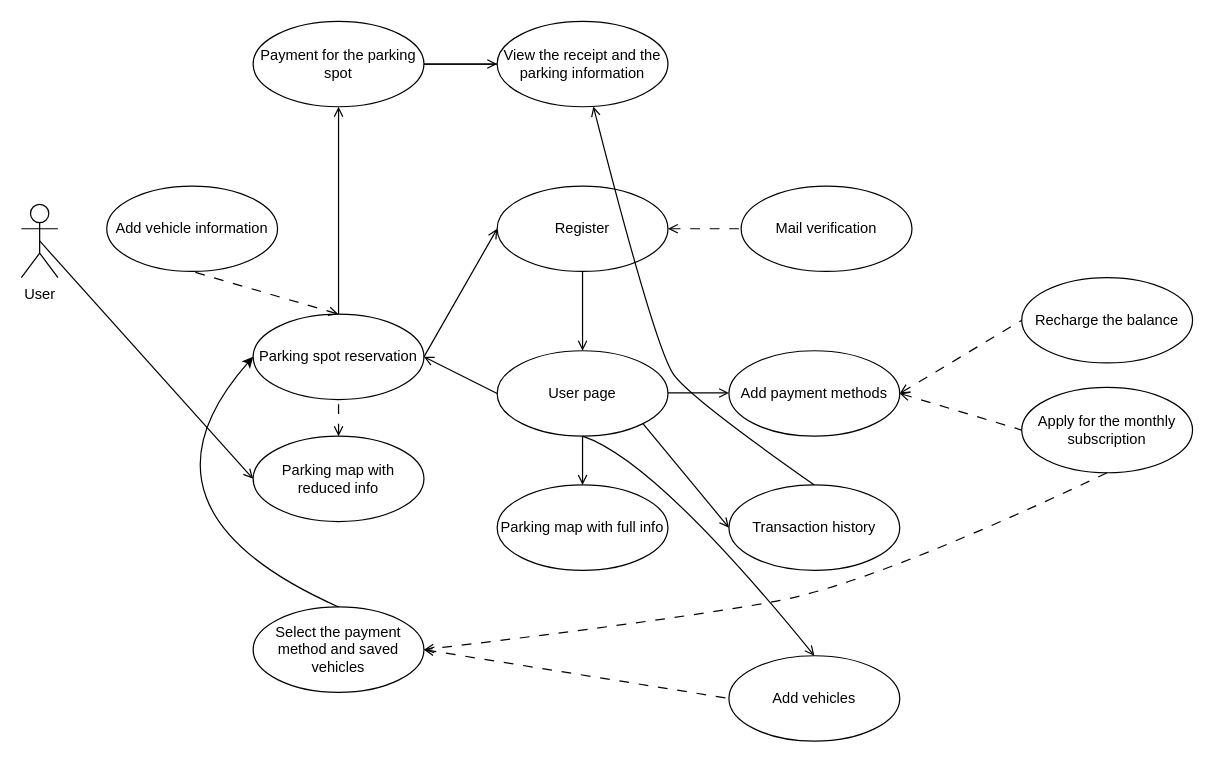
whosneksio/coolpark keeps this draw.io diagram as Diagram bez tytułu.drawio. Above is the earlier version. Source tidied: cells renumbered, new cells numbered last; positions are measured from the earlier drawing's top-left corner, leaving out a move shared by most shapes. Both pictures are drawn from the tidied source at 122%, with x=0, y=0 at pixel (21, 21).
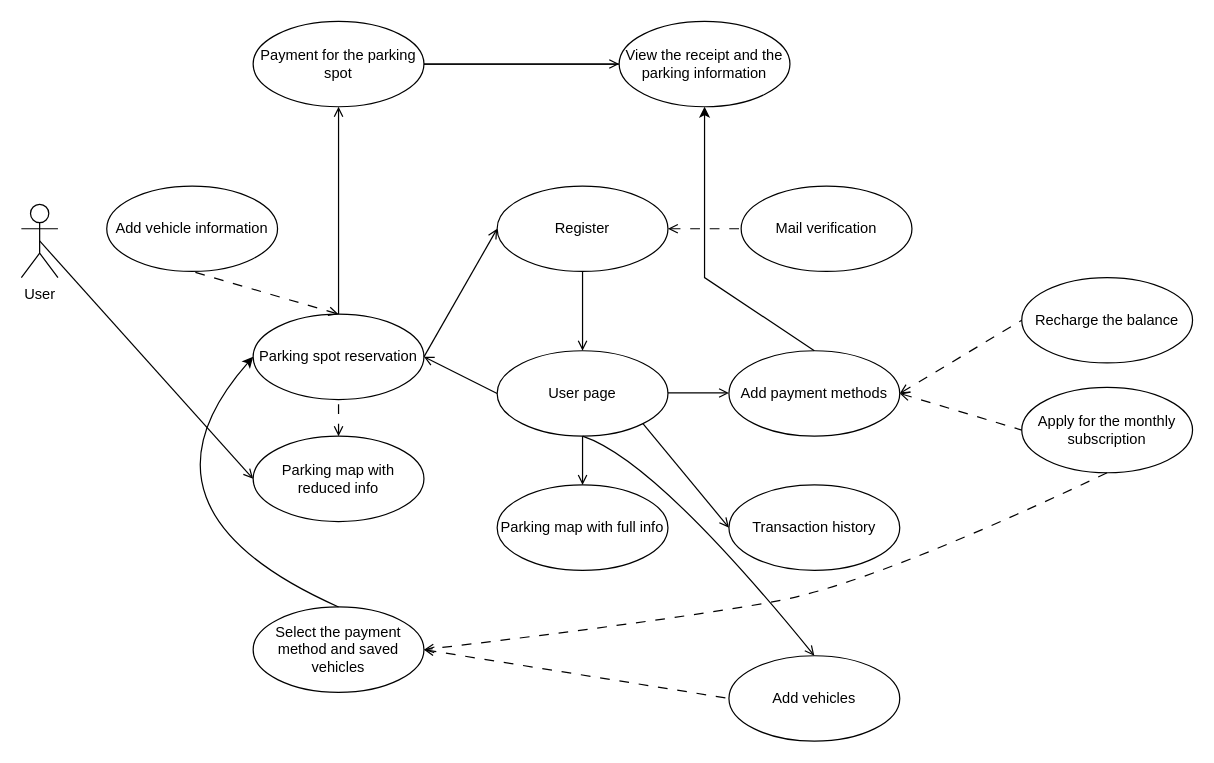
The same diagram, later.

The change refers to these unchanged cells:
```xml
<mxCell id="18" value="Add payment methods" style="ellipse;whiteSpace=wrap;html=1;" parent="1" vertex="1">
  <mxGeometry x="580" y="270" width="140" height="70" as="geometry" />
</mxCell>
<mxCell id="27" value="Transaction history" style="ellipse;whiteSpace=wrap;html=1;" parent="1" vertex="1">
  <mxGeometry x="580" y="380" width="140" height="70" as="geometry" />
</mxCell>
```

Diff of the diagram source:
```diff
@@
     <mxCell id="11" value="View the receipt and the parking information" style="ellipse;whiteSpace=wrap;html=1;" parent="1" vertex="1">
-      <mxGeometry x="390" width="140" height="70" as="geometry" />
+      <mxGeometry x="490" width="140" height="70" as="geometry" />
     </mxCell>
@@
-    <mxCell id="29" style="curved=1;endArrow=open;html=1;rounded=0;exitX=0.5;exitY=0;exitDx=0;exitDy=0;endFill=0;" parent="1" edge="1" source="27" target="11">
-      <mxGeometry relative="1" as="geometry">
-        <Array as="points">
-          <mxPoint x="550" y="310" />
-          <mxPoint x="520" y="270" />
-        </Array>
-      </mxGeometry>
-    </mxCell>
@@
+    <mxCell id="38" style="endArrow=classic;html=1;rounded=0;entryX=0.5;entryY=1;entryDx=0;entryDy=0;exitX=0.5;exitY=0;exitDx=0;exitDy=0;" parent="1" edge="1" source="18" target="11">
+      <mxGeometry relative="1" as="geometry">
+        <Array as="points">
+          <mxPoint x="560" y="210" />
+        </Array>
+      </mxGeometry>
+    </mxCell>
```
